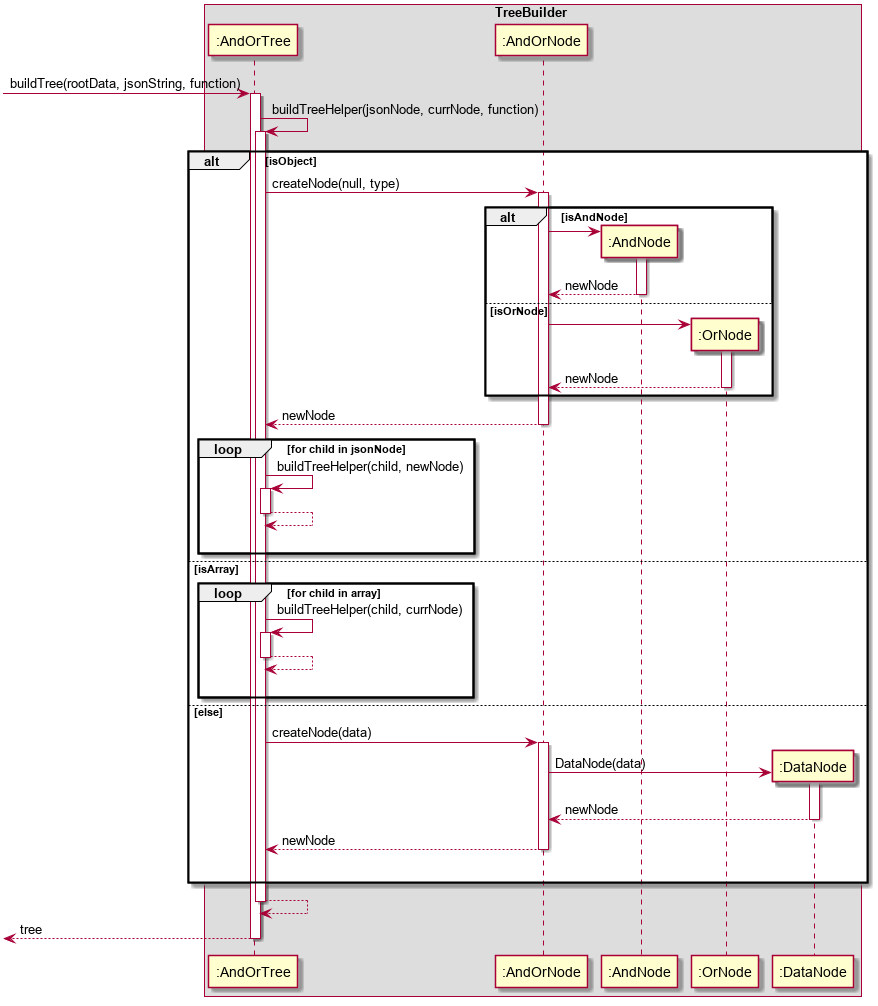
The PlantUML diagram docs/images/AndOrSequenceDiagramSimplified.png in nus-cs2103-AY1920S1/addressbook-level3, before a commit. Source of this version:
```plantuml
@startuml
autoactivate on

box TreeBuilder
participant ":AndOrTree" as AndOrTree
participant ":AndOrNode" as AndOrNode
participant ":AndNode" as AndNode
participant ":OrNode" as OrNode
participant ":DataNode" as DataNode
end box

[-> AndOrTree : buildTree(rootData, jsonString, function)
    AndOrTree -> AndOrTree : buildTreeHelper(jsonNode, currNode, function)
        alt isObject
            AndOrTree -> AndOrNode : createNode(null, type)
                alt isAndNode
                    create AndNode
                    AndOrNode -> AndNode
                        return newNode
                else isOrNode
                    create OrNode
                    AndOrNode -> OrNode
                        return newNode
                end
                return newNode


            loop for child in jsonNode
                AndOrTree -> AndOrTree : buildTreeHelper(child, newNode)
                return
                |||
            end

        else isArray

            loop for child in array
                AndOrTree -> AndOrTree : buildTreeHelper(child, currNode)
                    return
                |||
            end

        else else

            AndOrTree -> AndOrNode : createNode(data)
                create DataNode
                AndOrNode -> DataNode : DataNode(data)
                    return newNode
                return newNode
                |||

        end
        return
[<--AndOrTree : tree

@enduml
```
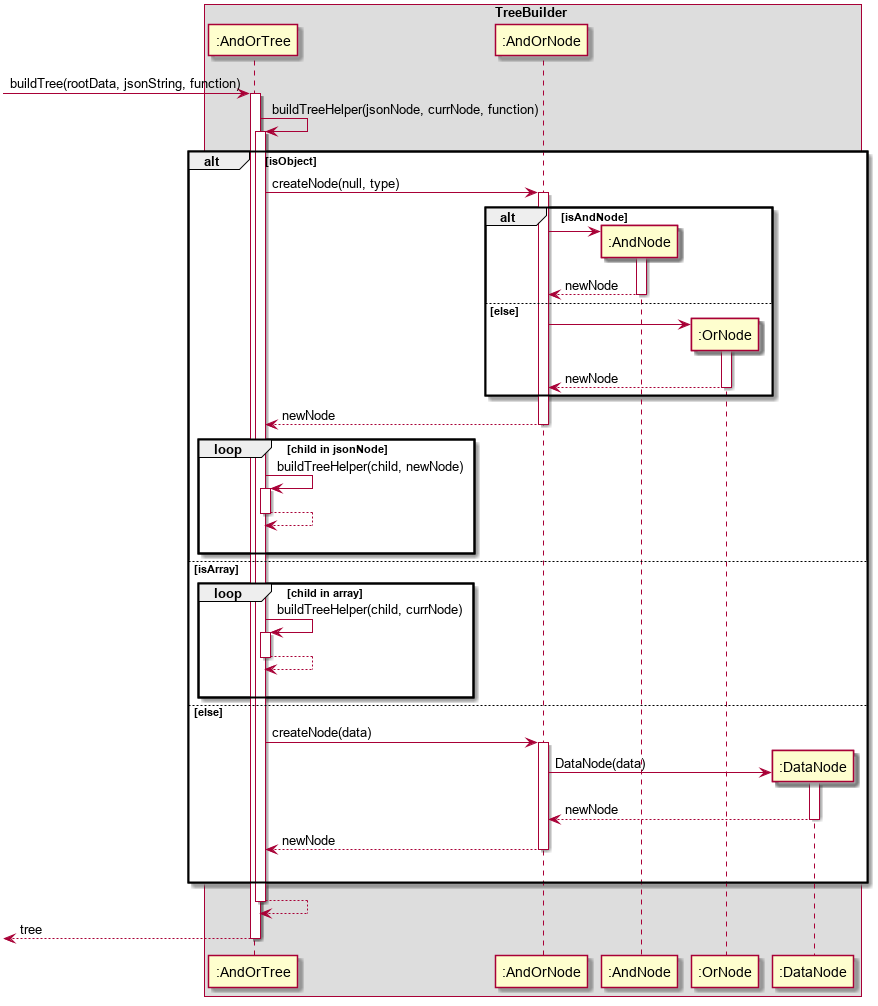
After the change.

What changed in the source:
```diff
@@ -17,7 +17,7 @@
                     create AndNode
                     AndOrNode -> AndNode
                         return newNode
-                else isOrNode
+                else else
                     create OrNode
                     AndOrNode -> OrNode
                         return newNode
@@ -25,7 +25,7 @@
                 return newNode
 
 
-            loop for child in jsonNode
+            loop child in jsonNode
                 AndOrTree -> AndOrTree : buildTreeHelper(child, newNode)
                 return
                 |||
@@ -33,7 +33,7 @@
 
         else isArray
 
-            loop for child in array
+            loop child in array
                 AndOrTree -> AndOrTree : buildTreeHelper(child, currNode)
                     return
                 |||
```
